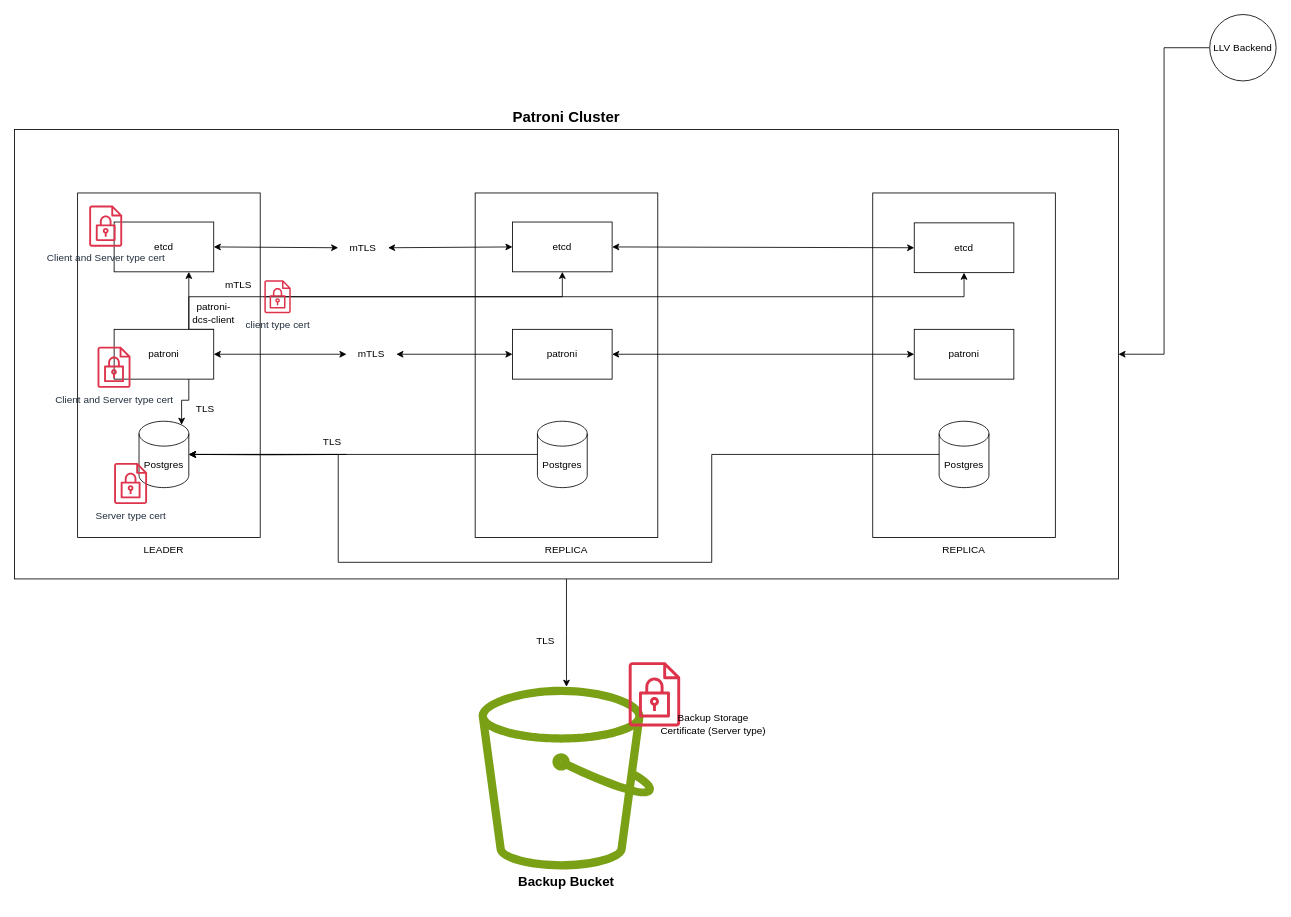
Earlier version of the draw.io diagram tls.drawio (konradjed/patroni-postgres-cluster). Source tidied: cells renumbered, new cells numbered last; positions are measured from the earlier drawing's top-left corner, leaving out a move shared by most shapes. Both pictures are drawn from the tidied source at 83%, with x=0, y=0 at pixel (14, 14).
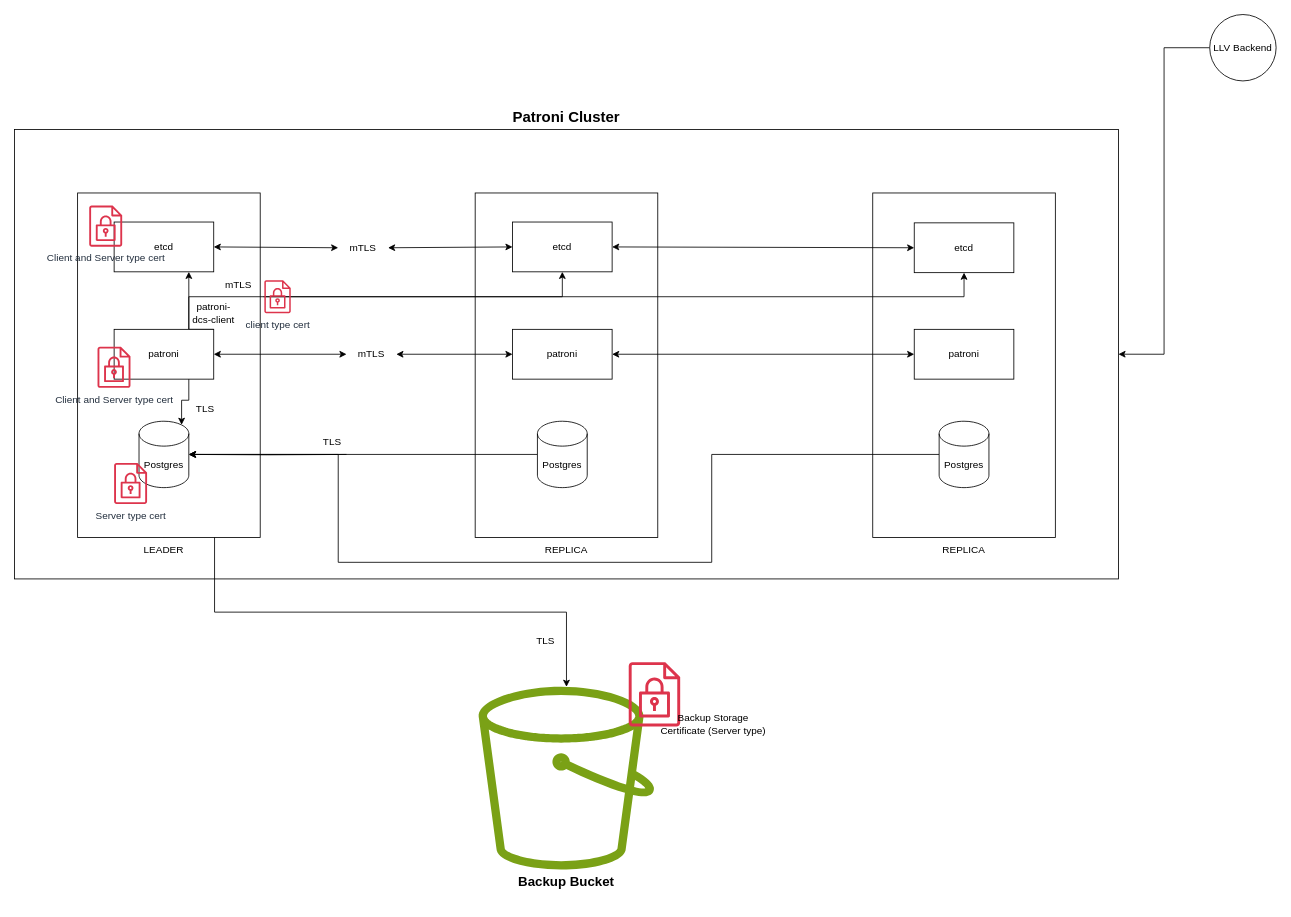
The same page after the edit.

Unchanged cells that the change refers to:
```xml
<mxCell id="3" style="rounded=0;whiteSpace=wrap;html=1;" parent="2" vertex="1">
  <mxGeometry y="58.5" width="1330" height="541.5" as="geometry" />
</mxCell>
<mxCell id="6" style="rounded=0;whiteSpace=wrap;html=1;" parent="2" vertex="1">
  <mxGeometry x="76" y="135" width="220" height="415" as="geometry" />
</mxCell>
<mxCell id="48" style="sketch=0;outlineConnect=0;fontColor=#232F3E;gradientColor=none;fillColor=#7AA116;strokeColor=none;dashed=0;verticalLabelPosition=bottom;verticalAlign=top;align=center;html=1;fontSize=12;fontStyle=0;shape=mxgraph.aws4.bucket;" parent="47" vertex="1">
  <mxGeometry x="24.2" y="30" width="211.5" height="220" as="geometry" />
</mxCell>
```

The edit, as a diff of the source:
```diff
@@
-    <mxCell id="52" style="edgeStyle=orthogonalEdgeStyle;rounded=0;jettySize=auto;html=1;" parent="1" edge="1" source="3" target="48">
+    <mxCell id="52" style="edgeStyle=orthogonalEdgeStyle;rounded=0;jettySize=auto;html=1;exitX=0.75;exitY=1;exitDx=0;exitDy=0;" parent="1" edge="1" source="6" target="48">
       <mxGeometry relative="1" as="geometry" />
     </mxCell>
```
